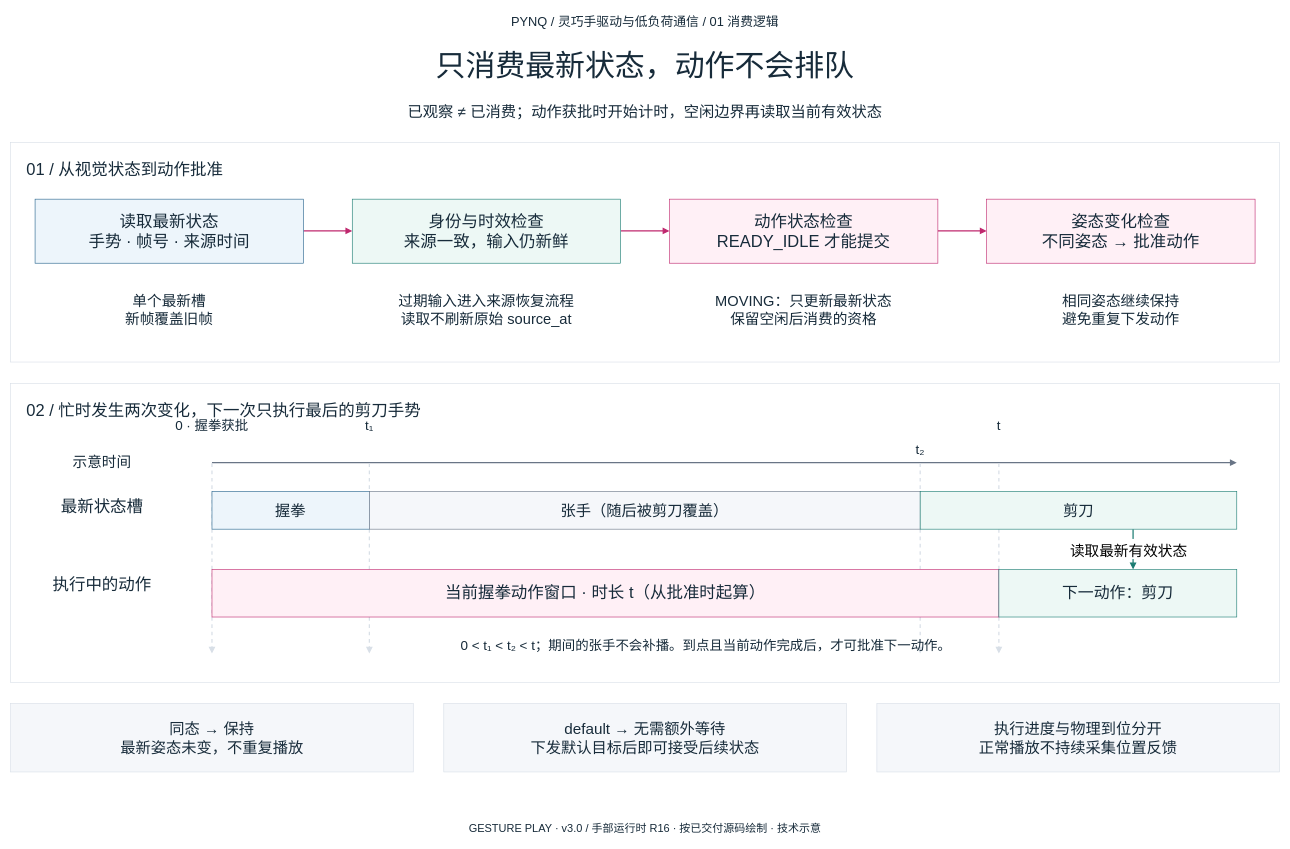
Before: project/report/figures/hand_communication_handoff/figures/01_logic.drawio in hyh2758832315/pynq-gesture-play, a draw.io diagram. Source tidied: cells renumbered, new cells numbered last; positions are measured from the earlier drawing's top-left corner, leaving out a move shared by most shapes. Both pictures are drawn from the tidied source at 61%, with x=0, y=0 at pixel (10, 10).
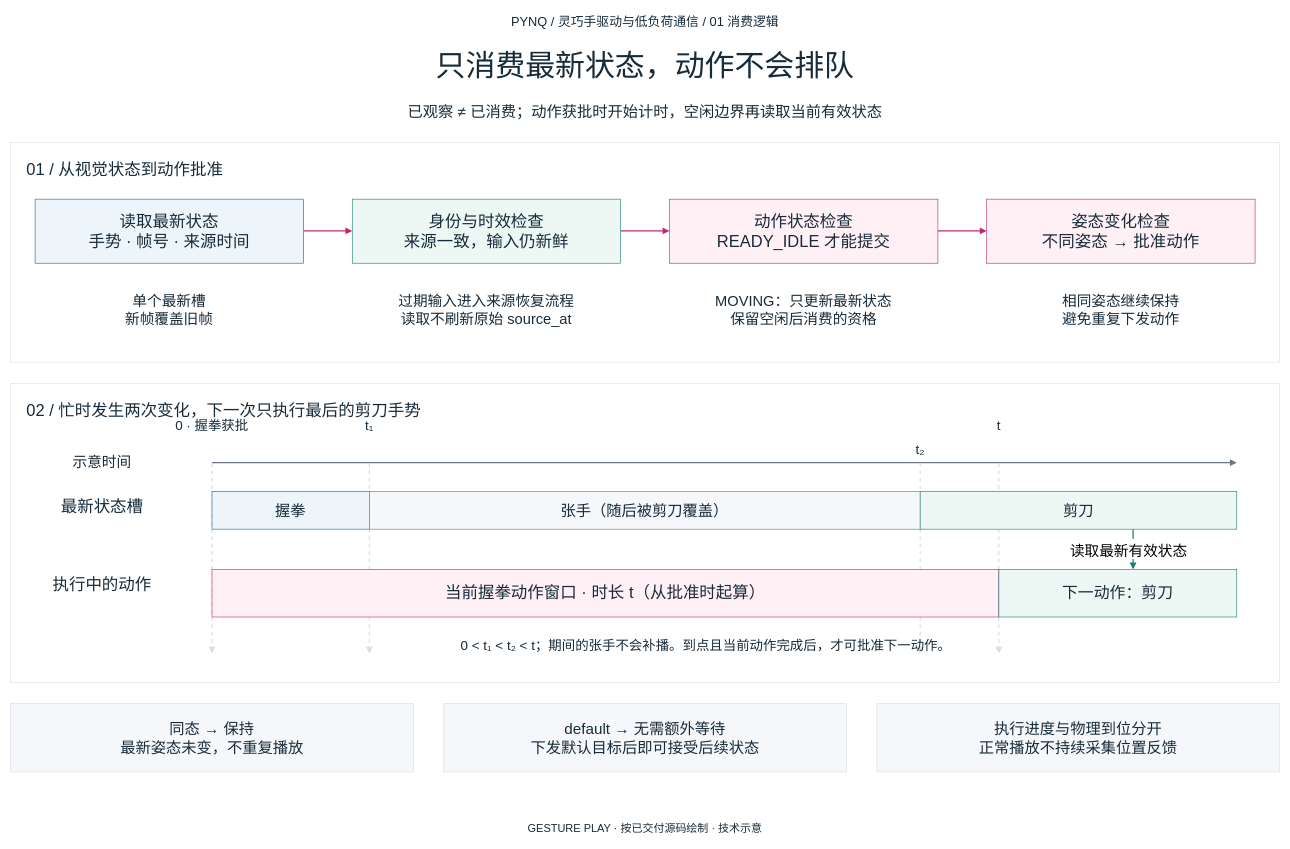
The same page after the edit.

The edit, as a diff of the source:
```diff
@@
-    <mxCell id="16" value="GESTURE PLAY  ·  v3.0 / 手部运行时 R16  ·  按已交付源码绘制  ·  技术示意" style="rounded=0;whiteSpace=wrap;html=0;fillColor=#ffffff;strokeColor=#d8dfe7;fontColor=#172b3a;fontFamily=Microsoft YaHei;fontSize=18;spacing=12;fillColor=none;strokeColor=none;" parent="1" vertex="1">
+    <mxCell id="16" value="GESTURE PLAY  ·  按已交付源码绘制  ·  技术示意" style="rounded=0;whiteSpace=wrap;html=0;fillColor=#ffffff;strokeColor=#d8dfe7;fontColor=#172b3a;fontFamily=Microsoft YaHei;fontSize=18;spacing=12;fillColor=none;strokeColor=none;" parent="1" vertex="1">
       <mxGeometry y="1324" width="2080" height="34" as="geometry" />
     </mxCell>
```
